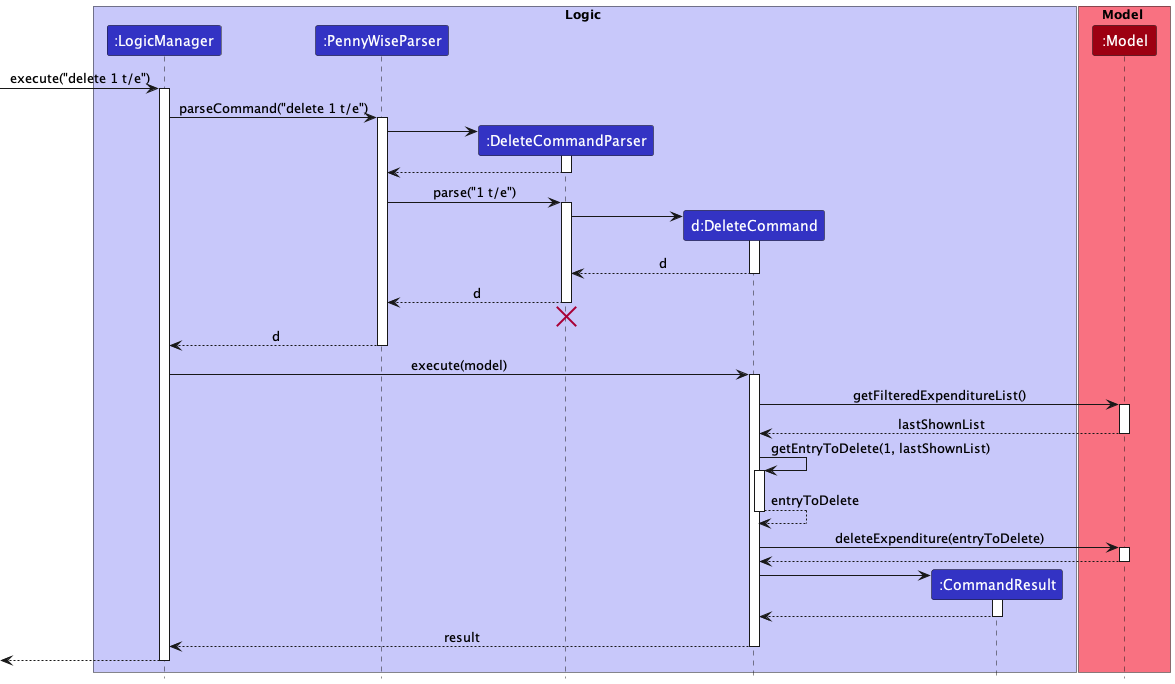
Earlier version of the PlantUML export docs/images/DeleteSequenceDiagram.png (nus-cs2103-AY2223S1/tp).
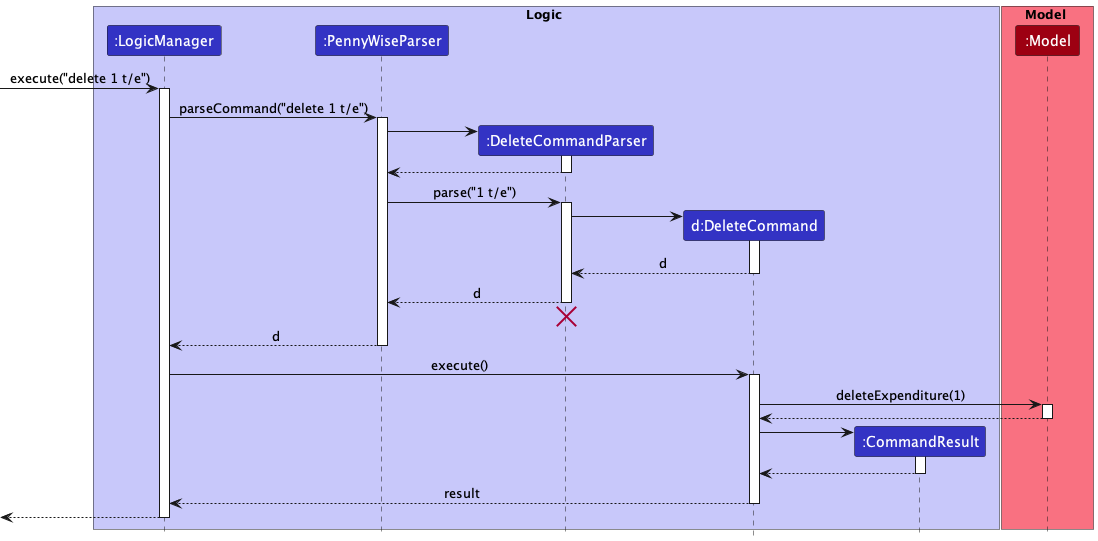
After the change.

Change to the diagram source:
```diff
@@ -44,18 +44,10 @@
 PennyWiseParser --> LogicManager : d
 deactivate PennyWiseParser
 
-LogicManager -> DeleteCommand : execute(model)
+LogicManager -> DeleteCommand : execute()
 activate DeleteCommand
 
-DeleteCommand -> Model :getFilteredExpenditureList()
-activate Model
-return lastShownList
-
-DeleteCommand -> DeleteCommand :getEntryToDelete(1, lastShownList)
-activate DeleteCommand
-return entryToDelete
-
-DeleteCommand -> Model : deleteExpenditure(entryToDelete)
+DeleteCommand -> Model : deleteExpenditure(1)
 activate Model
 
 Model --> DeleteCommand
```
